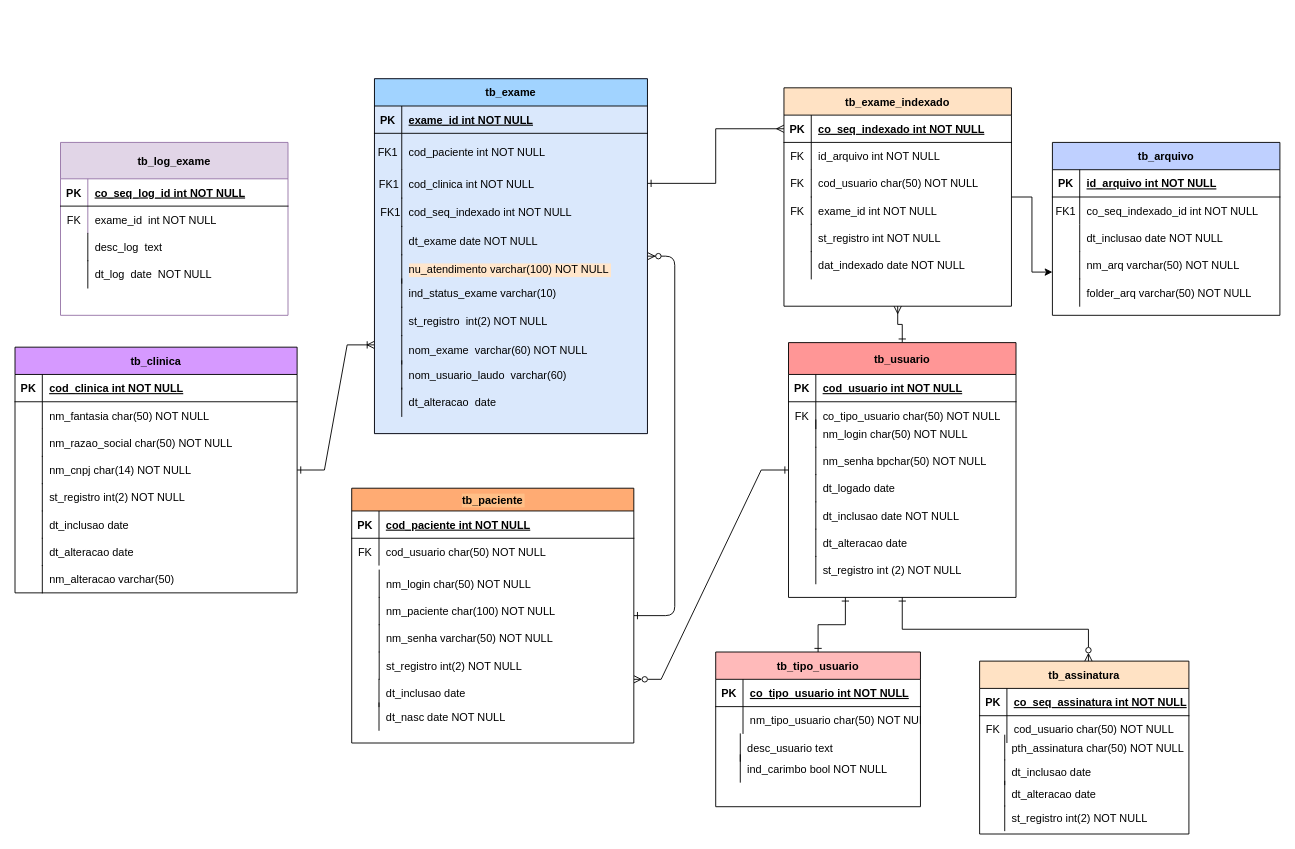
The draw.io diagram Diagrama sem nome.drawio in FFbsilva/DateStructure, before the edit. Source tidied: cells renumbered, new cells numbered last; positions are measured from the earlier drawing's top-left corner, leaving out a move shared by most shapes. Both pictures are drawn from the tidied source at 91%, with x=0, y=0 at pixel (15, 78).
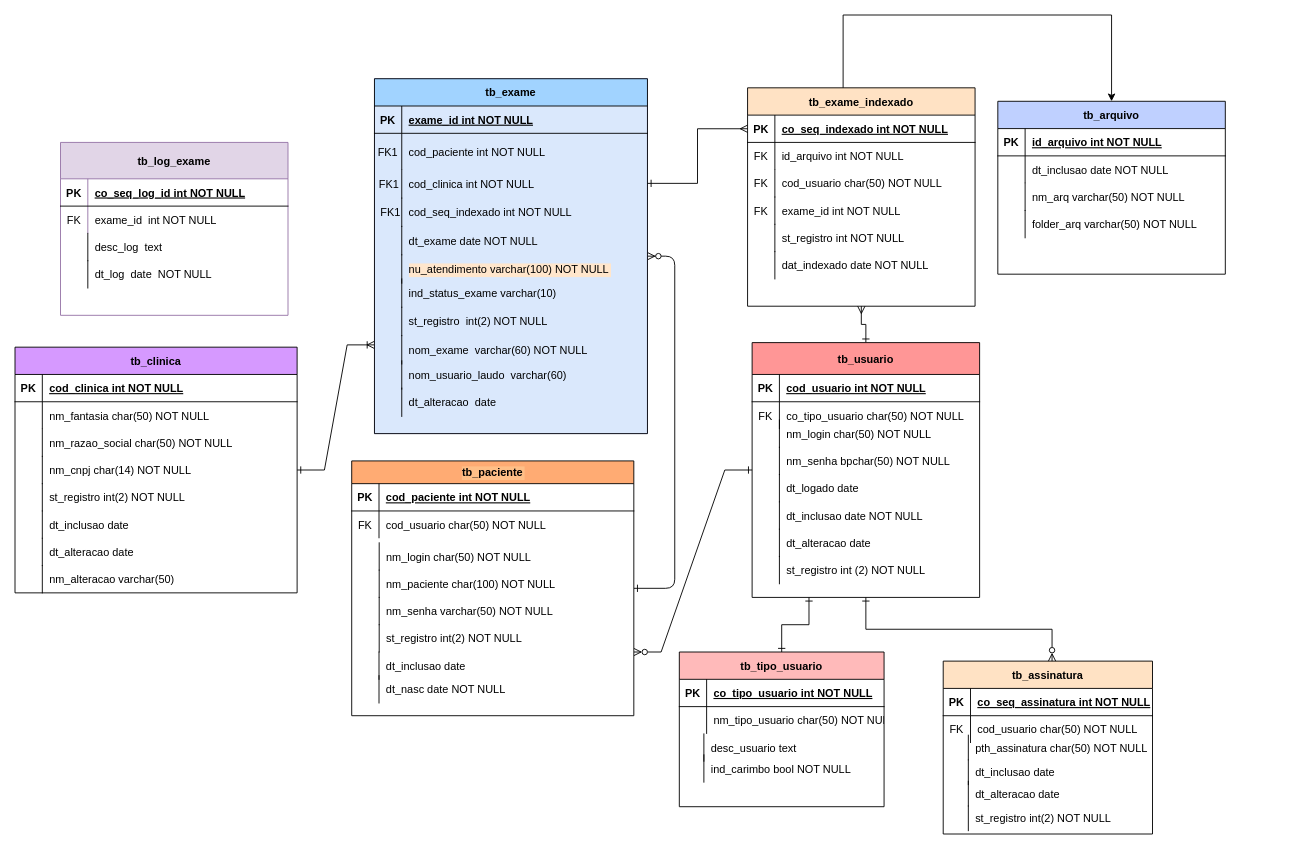
The same page after the edit.

The change refers to these unchanged cells:
```xml
<mxCell id="24" style="shape=partialRectangle;fillColor=none;top=0;left=0;right=0;bottom=0;" parent="20" vertex="1">
  <mxGeometry y="60" width="250" height="30" as="geometry" />
</mxCell>
<mxCell id="27" style="shape=partialRectangle;fillColor=none;top=0;left=0;right=0;bottom=0;" parent="20" vertex="1">
  <mxGeometry y="90" width="250" height="30" as="geometry" />
</mxCell>
<mxCell id="94" value="tb_exame_indexado" style="shape=table;startSize=30;childLayout=tableLayout;rowLines=0;fontStyle=1;align=center;fillColor=#FFE2C4;" parent="93" vertex="1">
  <mxGeometry width="250" height="240" as="geometry" />
</mxCell>
```

The edit, as a diff of the source:
```diff
@@
     <mxCell id="19" style="group;" parent="1" vertex="1">
-      <mxGeometry x="1140" y="70" width="250" height="190" as="geometry" />
+      <mxGeometry x="1080" y="-124.8" width="250" height="339.6" as="geometry" />
     </mxCell>
+    <mxCell id="148" style="group;" parent="19" vertex="1">
+      <mxGeometry y="149.6" width="250" height="190" as="geometry" />
+    </mxCell>
-    <mxCell id="20" value="tb_arquivo" style="shape=table;startSize=30;childLayout=tableLayout;rowLines=0;fontStyle=1;align=center;fillColor=#BFD0FF;" parent="19" vertex="1">
+    <mxCell id="20" value="tb_arquivo" style="shape=table;startSize=30;childLayout=tableLayout;rowLines=0;fontStyle=1;align=center;fillColor=#BFD0FF;" parent="148" vertex="1">
       <mxGeometry width="250" height="190" as="geometry" />
     </mxCell>
@@
-    <mxCell id="25" value="FK1" style="shape=partialRectangle;overflow=hidden;fillColor=none;top=0;left=0;bottom=0;right=0;" parent="24" vertex="1">
+    <mxCell id="25" style="shape=partialRectangle;overflow=hidden;fillColor=none;top=0;left=0;bottom=0;right=0;" parent="24" vertex="1">
       <mxGeometry width="30" height="30" as="geometry" />
     </mxCell>
-    <mxCell id="26" value="co_seq_indexado_id int NOT NULL" style="shape=partialRectangle;overflow=hidden;fillColor=none;top=0;left=0;bottom=0;right=0;align=left;spacingLeft=6;" parent="24" vertex="1">
+    <mxCell id="26" style="shape=partialRectangle;overflow=hidden;fillColor=none;top=0;left=0;bottom=0;right=0;align=left;spacingLeft=6;" parent="24" vertex="1">
       <mxGeometry x="30" width="220" height="30" as="geometry" />
     </mxCell>
@@
     <mxCell id="28" style="shape=partialRectangle;overflow=hidden;fillColor=none;top=0;left=0;bottom=0;right=0;" parent="27" vertex="1">
-      <mxGeometry width="30" height="30" as="geometry" />
+      <mxGeometry width="250" height="30" as="geometry" />
     </mxCell>
-    <mxCell id="29" value="dt_inclusao date NOT NULL" style="shape=partialRectangle;overflow=hidden;fillColor=none;top=0;left=0;bottom=0;right=0;align=left;spacingLeft=6;" parent="27" vertex="1">
-      <mxGeometry x="30" width="220" height="30" as="geometry" />
-    </mxCell>
-    <mxCell id="30" value="nm_arq varchar(50) NOT NULL" style="shape=partialRectangle;overflow=hidden;fillColor=none;top=0;left=1;bottom=0;right=0;align=left;spacingLeft=6;" parent="19" vertex="1">
-      <mxGeometry x="30" y="120" width="220" height="30" as="geometry" />
+    <mxCell id="30" value="nm_arq varchar(50) NOT NULL" style="shape=partialRectangle;overflow=hidden;fillColor=none;top=0;left=1;bottom=0;right=0;align=left;spacingLeft=6;" parent="148" vertex="1">
+      <mxGeometry x="30" y="90" width="220" height="30" as="geometry" />
     </mxCell>
-    <mxCell id="31" value="folder_arq varchar(50) NOT NULL" style="shape=partialRectangle;overflow=hidden;fillColor=none;top=0;left=1;bottom=0;right=0;align=left;spacingLeft=6;" parent="19" vertex="1">
-      <mxGeometry x="30" y="150" width="220" height="30" as="geometry" />
+    <mxCell id="31" value="folder_arq varchar(50) NOT NULL" style="shape=partialRectangle;overflow=hidden;fillColor=none;top=0;left=1;bottom=0;right=0;align=left;spacingLeft=6;" parent="148" vertex="1">
+      <mxGeometry x="30" y="120" width="220" height="30" as="geometry" />
     </mxCell>
+    <mxCell id="29" value="dt_inclusao date NOT NULL" style="shape=partialRectangle;overflow=hidden;fillColor=none;top=0;left=0;bottom=0;right=0;align=left;spacingLeft=6;" parent="148" vertex="1">
+      <mxGeometry x="30" y="60" width="220" height="30" as="geometry" />
+    </mxCell>
@@
     <mxCell id="34" style="group;fillColor=default;" parent="1" vertex="1">
-      <mxGeometry x="370" y="450" width="310" height="280" as="geometry" />
+      <mxGeometry x="370" y="420" width="310" height="280" as="geometry" />
     </mxCell>
@@
     <mxCell id="91" style="group;" parent="1" vertex="1">
-      <mxGeometry x="870" y="220" width="420" height="610" as="geometry" />
+      <mxGeometry x="830" y="220" width="420" height="610" as="geometry" />
     </mxCell>
@@
-    <mxCell id="147" style="edgeStyle=orthogonalEdgeStyle;rounded=0;jettySize=auto;html=1;entryX=0;entryY=0.75;entryDx=0;entryDy=0;" parent="1" edge="1" source="94" target="20">
-      <mxGeometry relative="1" as="geometry" />
+    <mxCell id="147" style="edgeStyle=orthogonalEdgeStyle;rounded=0;jettySize=auto;html=1;entryX=0.5;entryY=0;entryDx=0;entryDy=0;" parent="1" edge="1" source="94" target="20">
+      <mxGeometry relative="1" as="geometry">
+        <Array as="points">
+          <mxPoint x="910" y="-70" />
+          <mxPoint x="1205" y="-70" />
+        </Array>
+      </mxGeometry>
     </mxCell>
```
